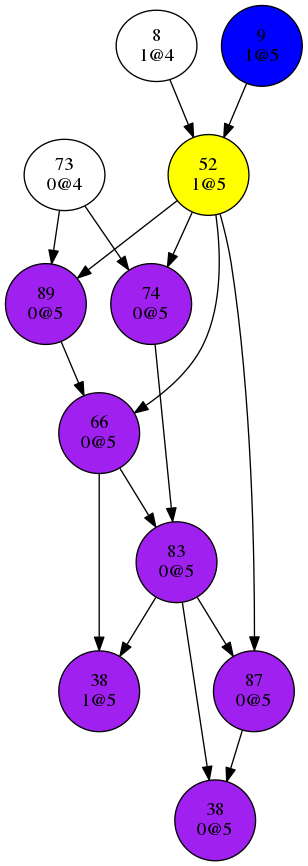
This is dev/bin/conflictGraph0.png from Oxmose/SATSolver, a Graphviz export, as it was before one commit. Its source is kept beside it as dev/bin/conflictGraph0.dot.
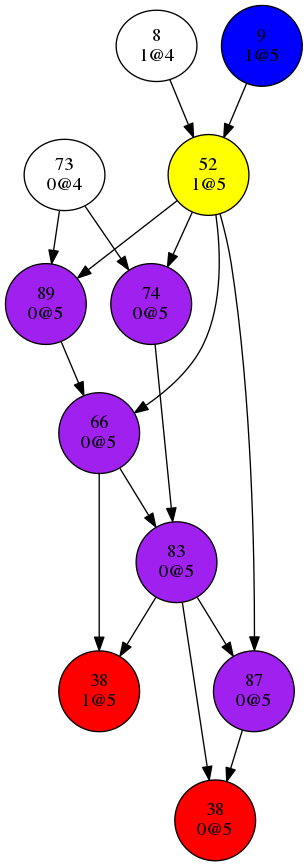
Above is the later version.

Change to the diagram source:
```diff
@@ -54,9 +54,9 @@
 "9
 1@5"[shape=circle, style=filled, fillcolor=blue];
 "38
-0@5"[shape=circle, style=filled, fillcolor=purple];
+0@5"[shape=circle, style=filled, fillcolor=red];
 "38
-1@5"[shape=circle, style=filled, fillcolor=purple];
+1@5"[shape=circle, style=filled, fillcolor=red];
 "52
 1@5"[shape=circle, style=filled, fillcolor=yellow];
 "66
```
